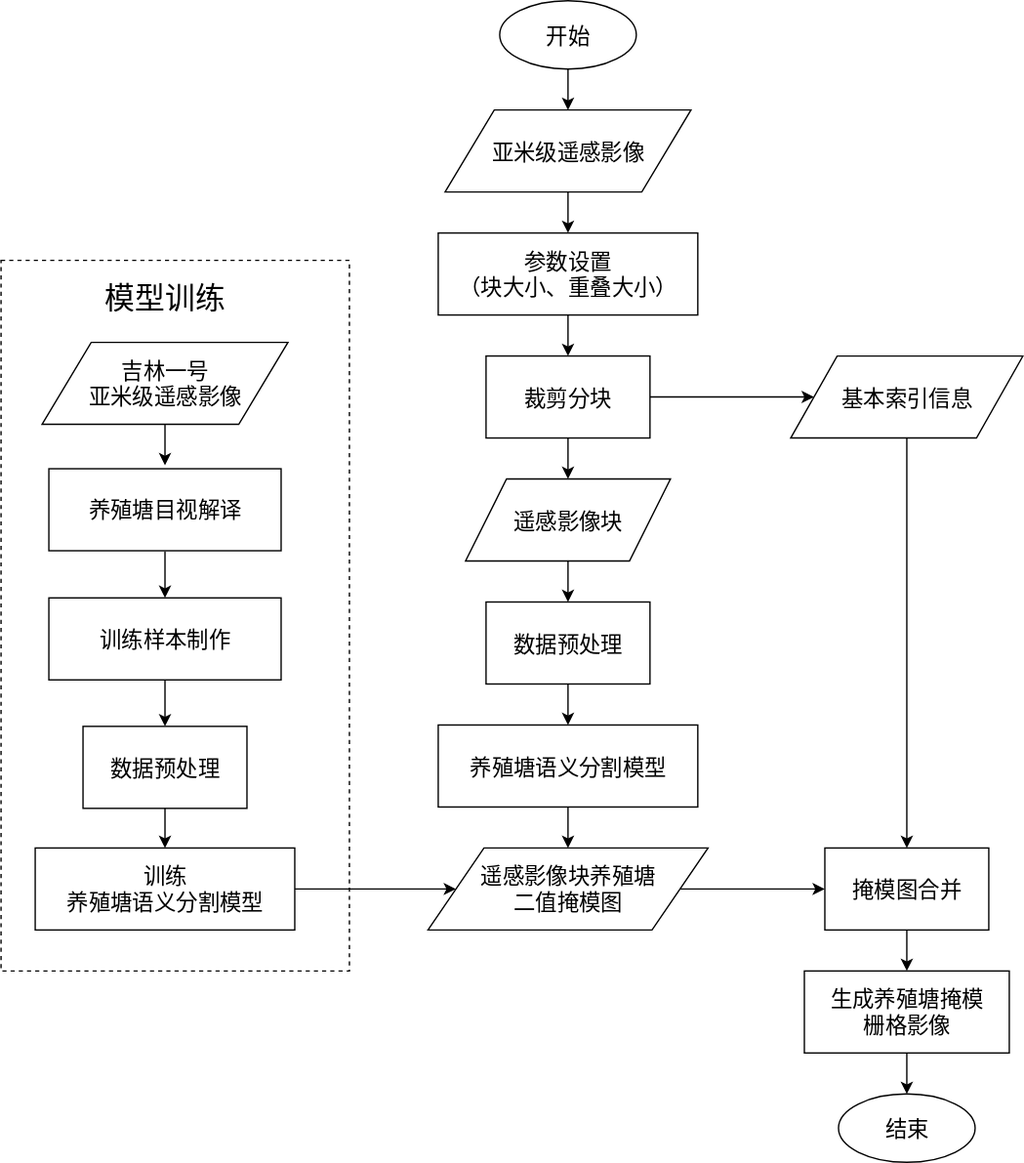
This is 养殖塘检测方法专利框架图(终) .svg from yongli-Hu11/draw.io, a draw.io export, as it was before one commit. Source tidied: cells renumbered, new cells last; positions are measured from the earlier drawing's top-left corner, leaving out a move shared by most shapes. Its diagram source:
```xml
<mxGraphModel>
  <root>
    <mxCell id="0" />
    <mxCell id="1" parent="0" />
    <mxCell id="2" style="rounded=0;whiteSpace=wrap;html=1;dashed=1;" parent="1" vertex="1">
      <mxGeometry y="190" width="255" height="520" as="geometry" />
    </mxCell>
    <mxCell id="3" style="edgeStyle=orthogonalEdgeStyle;rounded=0;jettySize=auto;html=1;exitX=0.5;exitY=1;exitDx=0;exitDy=0;fontSize=16;" parent="1" edge="1" source="4" target="7">
      <mxGeometry relative="1" as="geometry" />
    </mxCell>
    <mxCell id="4" value="开始" style="ellipse;whiteSpace=wrap;html=1;fontSize=16;" parent="1" vertex="1">
      <mxGeometry x="365" width="100" height="50" as="geometry" />
    </mxCell>
    <mxCell id="5" value="结束" style="ellipse;whiteSpace=wrap;html=1;fontSize=16;" parent="1" vertex="1">
      <mxGeometry x="613" y="800" width="100" height="50" as="geometry" />
    </mxCell>
    <mxCell id="6" style="edgeStyle=orthogonalEdgeStyle;rounded=0;jettySize=auto;html=1;exitX=0.5;exitY=1;exitDx=0;exitDy=0;entryX=0.5;entryY=0;entryDx=0;entryDy=0;fontSize=16;" parent="1" edge="1" source="7" target="9">
      <mxGeometry relative="1" as="geometry" />
    </mxCell>
    <mxCell id="7" value="亚米级遥感影像" style="shape=parallelogram;perimeter=parallelogramPerimeter;whiteSpace=wrap;html=1;fontSize=16;" parent="1" vertex="1">
      <mxGeometry x="325" y="80" width="180" height="60" as="geometry" />
    </mxCell>
    <mxCell id="8" style="edgeStyle=orthogonalEdgeStyle;rounded=0;jettySize=auto;html=1;exitX=0.5;exitY=1;exitDx=0;exitDy=0;fontSize=16;" parent="1" edge="1" source="9" target="12">
      <mxGeometry relative="1" as="geometry" />
    </mxCell>
    <mxCell id="9" value="参数设置&lt;br&gt;（块大小、重叠大小）&lt;br&gt;" style="rounded=0;whiteSpace=wrap;html=1;fontSize=16;" parent="1" vertex="1">
      <mxGeometry x="320" y="170" width="190" height="60" as="geometry" />
    </mxCell>
    <mxCell id="10" style="edgeStyle=orthogonalEdgeStyle;rounded=0;jettySize=auto;html=1;exitX=0.5;exitY=1;exitDx=0;exitDy=0;fontSize=16;" parent="1" edge="1" source="12" target="14">
      <mxGeometry relative="1" as="geometry" />
    </mxCell>
    <mxCell id="11" style="edgeStyle=orthogonalEdgeStyle;rounded=0;jettySize=auto;html=1;exitX=1;exitY=0.5;exitDx=0;exitDy=0;fontSize=16;" parent="1" edge="1" source="12" target="24">
      <mxGeometry relative="1" as="geometry" />
    </mxCell>
    <mxCell id="12" value="裁剪分块" style="rounded=0;whiteSpace=wrap;html=1;fontSize=16;" parent="1" vertex="1">
      <mxGeometry x="355" y="260" width="120" height="60" as="geometry" />
    </mxCell>
    <mxCell id="13" style="edgeStyle=orthogonalEdgeStyle;rounded=0;jettySize=auto;html=1;exitX=0.5;exitY=1;exitDx=0;exitDy=0;fontSize=16;" parent="1" edge="1" source="14" target="18">
      <mxGeometry relative="1" as="geometry" />
    </mxCell>
    <mxCell id="14" value="遥感影像块" style="shape=parallelogram;perimeter=parallelogramPerimeter;whiteSpace=wrap;html=1;fontSize=16;" parent="1" vertex="1">
      <mxGeometry x="340" y="350" width="150" height="60" as="geometry" />
    </mxCell>
    <mxCell id="15" style="edgeStyle=orthogonalEdgeStyle;rounded=0;jettySize=auto;html=1;exitX=0.5;exitY=1;exitDx=0;exitDy=0;entryX=0.5;entryY=0;entryDx=0;entryDy=0;fontSize=16;" parent="1" edge="1" source="16" target="20">
      <mxGeometry relative="1" as="geometry" />
    </mxCell>
    <mxCell id="16" value="养殖塘语义分割模型" style="rounded=0;whiteSpace=wrap;html=1;fontSize=16;" parent="1" vertex="1">
      <mxGeometry x="320" y="530" width="190" height="60" as="geometry" />
    </mxCell>
    <mxCell id="17" style="edgeStyle=orthogonalEdgeStyle;rounded=0;jettySize=auto;html=1;exitX=0.5;exitY=1;exitDx=0;exitDy=0;fontSize=16;" parent="1" edge="1" source="18" target="16">
      <mxGeometry relative="1" as="geometry" />
    </mxCell>
    <mxCell id="18" value="数据预处理" style="rounded=0;whiteSpace=wrap;html=1;fontSize=16;" parent="1" vertex="1">
      <mxGeometry x="355" y="440" width="120" height="60" as="geometry" />
    </mxCell>
    <mxCell id="19" style="edgeStyle=orthogonalEdgeStyle;rounded=0;jettySize=auto;html=1;exitX=1;exitY=0.5;exitDx=0;exitDy=0;entryX=0;entryY=0.5;entryDx=0;entryDy=0;fontSize=16;" parent="1" edge="1" source="20" target="22">
      <mxGeometry relative="1" as="geometry" />
    </mxCell>
    <mxCell id="20" value="遥感影像块养殖塘&lt;br&gt;二值掩模图" style="shape=parallelogram;perimeter=parallelogramPerimeter;whiteSpace=wrap;html=1;fontSize=16;" parent="1" vertex="1">
      <mxGeometry x="312.5" y="620" width="205" height="60" as="geometry" />
    </mxCell>
    <mxCell id="21" style="edgeStyle=orthogonalEdgeStyle;rounded=0;jettySize=auto;html=1;exitX=0.5;exitY=1;exitDx=0;exitDy=0;entryX=0.5;entryY=0;entryDx=0;entryDy=0;fontSize=16;" parent="1" edge="1" source="22" target="26">
      <mxGeometry relative="1" as="geometry" />
    </mxCell>
    <mxCell id="22" value="掩模图合并" style="rounded=0;whiteSpace=wrap;html=1;fontSize=16;" parent="1" vertex="1">
      <mxGeometry x="603" y="620" width="120" height="60" as="geometry" />
    </mxCell>
    <mxCell id="23" style="edgeStyle=orthogonalEdgeStyle;rounded=0;jettySize=auto;html=1;exitX=0.5;exitY=1;exitDx=0;exitDy=0;fontSize=16;" parent="1" edge="1" source="24" target="22">
      <mxGeometry relative="1" as="geometry" />
    </mxCell>
    <mxCell id="24" value="基本索引信息" style="shape=parallelogram;perimeter=parallelogramPerimeter;whiteSpace=wrap;html=1;fontSize=16;" parent="1" vertex="1">
      <mxGeometry x="578" y="260" width="170" height="60" as="geometry" />
    </mxCell>
    <mxCell id="25" style="edgeStyle=orthogonalEdgeStyle;rounded=0;jettySize=auto;html=1;exitX=0.5;exitY=1;exitDx=0;exitDy=0;entryX=0.5;entryY=0;entryDx=0;entryDy=0;fontSize=16;" parent="1" edge="1" source="26" target="5">
      <mxGeometry relative="1" as="geometry" />
    </mxCell>
    <mxCell id="26" value="生成养殖塘掩模&lt;br style=&quot;font-size: 16px&quot;&gt;栅格影像" style="rounded=0;whiteSpace=wrap;html=1;fontSize=16;" parent="1" vertex="1">
      <mxGeometry x="588" y="710" width="150" height="60" as="geometry" />
    </mxCell>
    <mxCell id="27" style="edgeStyle=orthogonalEdgeStyle;rounded=0;jettySize=auto;html=1;exitX=0.5;exitY=1;exitDx=0;exitDy=0;" parent="1" edge="1" source="28">
      <mxGeometry relative="1" as="geometry">
        <mxPoint x="120" y="340" as="targetPoint" />
      </mxGeometry>
    </mxCell>
    <mxCell id="28" value="吉林一号&lt;br&gt;亚米级遥感影像" style="shape=parallelogram;perimeter=parallelogramPerimeter;whiteSpace=wrap;html=1;fontSize=16;" parent="1" vertex="1">
      <mxGeometry x="30" y="250" width="180" height="60" as="geometry" />
    </mxCell>
    <mxCell id="29" style="edgeStyle=orthogonalEdgeStyle;rounded=0;jettySize=auto;html=1;exitX=0.5;exitY=1;exitDx=0;exitDy=0;entryX=0.5;entryY=0;entryDx=0;entryDy=0;" parent="1" edge="1" source="30" target="32">
      <mxGeometry relative="1" as="geometry" />
    </mxCell>
    <mxCell id="30" value="养殖塘目视解译" style="rounded=0;whiteSpace=wrap;html=1;fontSize=16;" parent="1" vertex="1">
      <mxGeometry x="35" y="342.5" width="170" height="60" as="geometry" />
    </mxCell>
    <mxCell id="31" style="edgeStyle=orthogonalEdgeStyle;rounded=0;jettySize=auto;html=1;exitX=0.5;exitY=1;exitDx=0;exitDy=0;entryX=0.5;entryY=0;entryDx=0;entryDy=0;" parent="1" edge="1" source="32" target="36">
      <mxGeometry relative="1" as="geometry" />
    </mxCell>
    <mxCell id="32" value="训练样本制作" style="rounded=0;whiteSpace=wrap;html=1;fontSize=16;" parent="1" vertex="1">
      <mxGeometry x="35" y="437" width="170" height="60" as="geometry" />
    </mxCell>
    <mxCell id="33" style="edgeStyle=orthogonalEdgeStyle;rounded=0;jettySize=auto;html=1;exitX=1;exitY=0.5;exitDx=0;exitDy=0;entryX=0;entryY=0.5;entryDx=0;entryDy=0;" parent="1" edge="1" source="34" target="20">
      <mxGeometry relative="1" as="geometry" />
    </mxCell>
    <mxCell id="34" value="训练&lt;br&gt;养殖塘语义分割模型" style="rounded=0;whiteSpace=wrap;html=1;fontSize=16;" parent="1" vertex="1">
      <mxGeometry x="25" y="620" width="190" height="60" as="geometry" />
    </mxCell>
    <mxCell id="35" style="edgeStyle=orthogonalEdgeStyle;rounded=0;jettySize=auto;html=1;exitX=0.5;exitY=1;exitDx=0;exitDy=0;" parent="1" edge="1" source="36" target="34">
      <mxGeometry relative="1" as="geometry" />
    </mxCell>
    <mxCell id="36" value="数据预处理" style="rounded=0;whiteSpace=wrap;html=1;fontSize=16;" parent="1" vertex="1">
      <mxGeometry x="60" y="531" width="120" height="60" as="geometry" />
    </mxCell>
    <mxCell id="37" value="&lt;font style=&quot;font-size: 22px&quot;&gt;模型训练&lt;/font&gt;" style="text;html=1;strokeColor=none;fillColor=none;align=center;verticalAlign=middle;whiteSpace=wrap;rounded=0;dashed=1;" parent="1" vertex="1">
      <mxGeometry x="70" y="207.5" width="100" height="20" as="geometry" />
    </mxCell>
  </root>
</mxGraphModel>
```
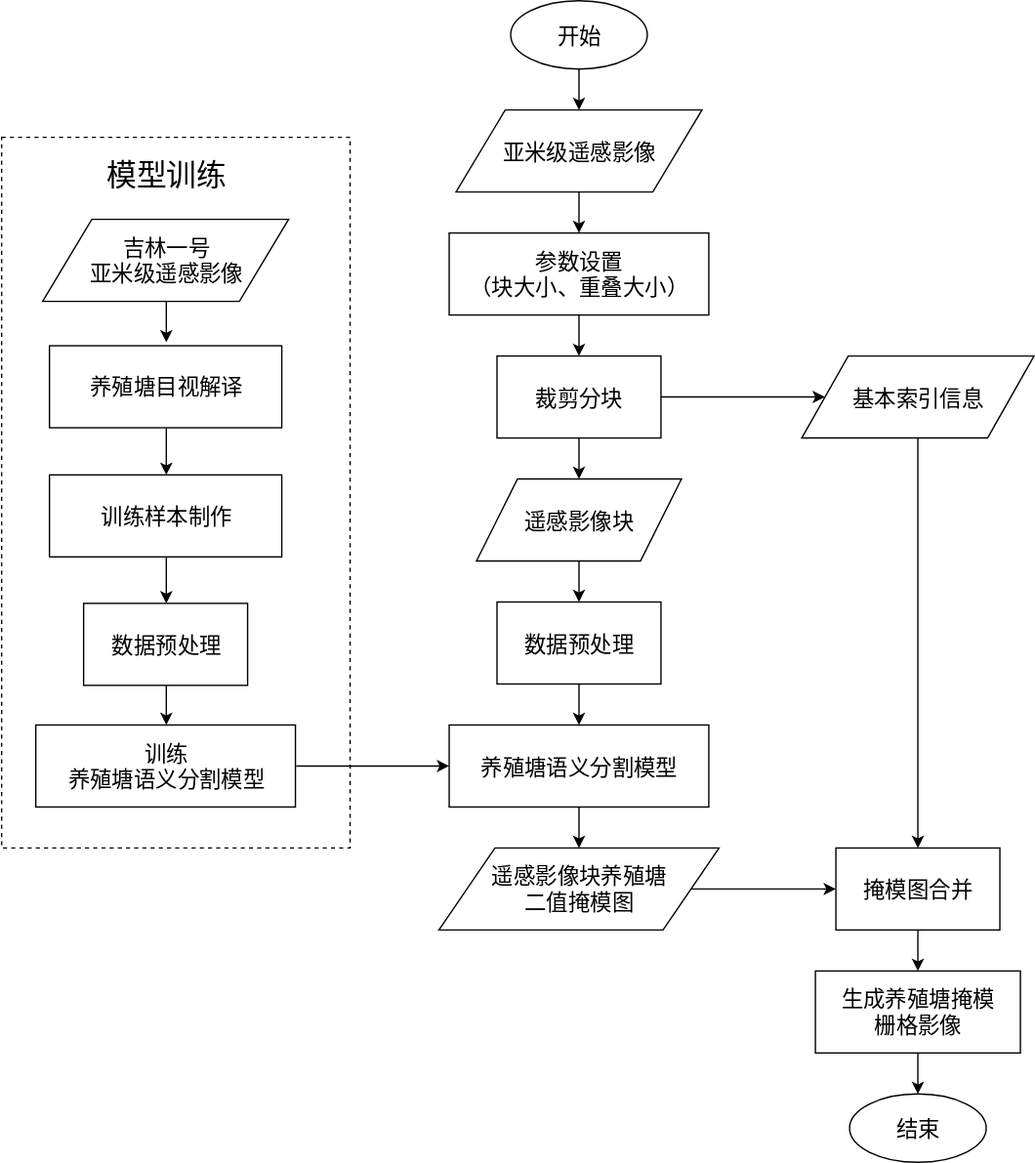
Above is the later version.

Commit message:
养殖塘检测方法专利框架图(终改) .svg

Diff of the diagram source:
```diff
@@ -3,7 +3,7 @@
     <mxCell id="0" />
     <mxCell id="1" parent="0" />
     <mxCell id="2" style="rounded=0;whiteSpace=wrap;html=1;dashed=1;" parent="1" vertex="1">
-      <mxGeometry y="190" width="255" height="520" as="geometry" />
+      <mxGeometry x="-7.5" y="100" width="255" height="520" as="geometry" />
     </mxCell>
     <mxCell id="3" style="edgeStyle=orthogonalEdgeStyle;rounded=0;jettySize=auto;html=1;exitX=0.5;exitY=1;exitDx=0;exitDy=0;fontSize=16;" parent="1" edge="1" source="4" target="7">
       <mxGeometry relative="1" as="geometry" />
@@ -79,38 +79,38 @@
     </mxCell>
     <mxCell id="27" style="edgeStyle=orthogonalEdgeStyle;rounded=0;jettySize=auto;html=1;exitX=0.5;exitY=1;exitDx=0;exitDy=0;" parent="1" edge="1" source="28">
       <mxGeometry relative="1" as="geometry">
-        <mxPoint x="120" y="340" as="targetPoint" />
+        <mxPoint x="112.5" y="250" as="targetPoint" />
       </mxGeometry>
     </mxCell>
     <mxCell id="28" value="吉林一号&lt;br&gt;亚米级遥感影像" style="shape=parallelogram;perimeter=parallelogramPerimeter;whiteSpace=wrap;html=1;fontSize=16;" parent="1" vertex="1">
-      <mxGeometry x="30" y="250" width="180" height="60" as="geometry" />
+      <mxGeometry x="22.5" y="160" width="180" height="60" as="geometry" />
     </mxCell>
     <mxCell id="29" style="edgeStyle=orthogonalEdgeStyle;rounded=0;jettySize=auto;html=1;exitX=0.5;exitY=1;exitDx=0;exitDy=0;entryX=0.5;entryY=0;entryDx=0;entryDy=0;" parent="1" edge="1" source="30" target="32">
       <mxGeometry relative="1" as="geometry" />
     </mxCell>
     <mxCell id="30" value="养殖塘目视解译" style="rounded=0;whiteSpace=wrap;html=1;fontSize=16;" parent="1" vertex="1">
-      <mxGeometry x="35" y="342.5" width="170" height="60" as="geometry" />
+      <mxGeometry x="27.5" y="252.5" width="170" height="60" as="geometry" />
     </mxCell>
     <mxCell id="31" style="edgeStyle=orthogonalEdgeStyle;rounded=0;jettySize=auto;html=1;exitX=0.5;exitY=1;exitDx=0;exitDy=0;entryX=0.5;entryY=0;entryDx=0;entryDy=0;" parent="1" edge="1" source="32" target="36">
       <mxGeometry relative="1" as="geometry" />
     </mxCell>
     <mxCell id="32" value="训练样本制作" style="rounded=0;whiteSpace=wrap;html=1;fontSize=16;" parent="1" vertex="1">
-      <mxGeometry x="35" y="437" width="170" height="60" as="geometry" />
+      <mxGeometry x="27.5" y="347" width="170" height="60" as="geometry" />
     </mxCell>
-    <mxCell id="33" style="edgeStyle=orthogonalEdgeStyle;rounded=0;jettySize=auto;html=1;exitX=1;exitY=0.5;exitDx=0;exitDy=0;entryX=0;entryY=0.5;entryDx=0;entryDy=0;" parent="1" edge="1" source="34" target="20">
+    <mxCell id="33" style="edgeStyle=orthogonalEdgeStyle;rounded=0;jettySize=auto;html=1;exitX=1;exitY=0.5;exitDx=0;exitDy=0;entryX=0;entryY=0.5;entryDx=0;entryDy=0;" parent="1" edge="1" source="34" target="16">
       <mxGeometry relative="1" as="geometry" />
     </mxCell>
     <mxCell id="34" value="训练&lt;br&gt;养殖塘语义分割模型" style="rounded=0;whiteSpace=wrap;html=1;fontSize=16;" parent="1" vertex="1">
-      <mxGeometry x="25" y="620" width="190" height="60" as="geometry" />
+      <mxGeometry x="17.5" y="530" width="190" height="60" as="geometry" />
     </mxCell>
     <mxCell id="35" style="edgeStyle=orthogonalEdgeStyle;rounded=0;jettySize=auto;html=1;exitX=0.5;exitY=1;exitDx=0;exitDy=0;" parent="1" edge="1" source="36" target="34">
       <mxGeometry relative="1" as="geometry" />
     </mxCell>
     <mxCell id="36" value="数据预处理" style="rounded=0;whiteSpace=wrap;html=1;fontSize=16;" parent="1" vertex="1">
-      <mxGeometry x="60" y="531" width="120" height="60" as="geometry" />
+      <mxGeometry x="52.5" y="441" width="120" height="60" as="geometry" />
     </mxCell>
     <mxCell id="37" value="&lt;font style=&quot;font-size: 22px&quot;&gt;模型训练&lt;/font&gt;" style="text;html=1;strokeColor=none;fillColor=none;align=center;verticalAlign=middle;whiteSpace=wrap;rounded=0;dashed=1;" parent="1" vertex="1">
-      <mxGeometry x="70" y="207.5" width="100" height="20" as="geometry" />
+      <mxGeometry x="62.5" y="117.5" width="100" height="20" as="geometry" />
     </mxCell>
   </root>
 </mxGraphModel>
```
